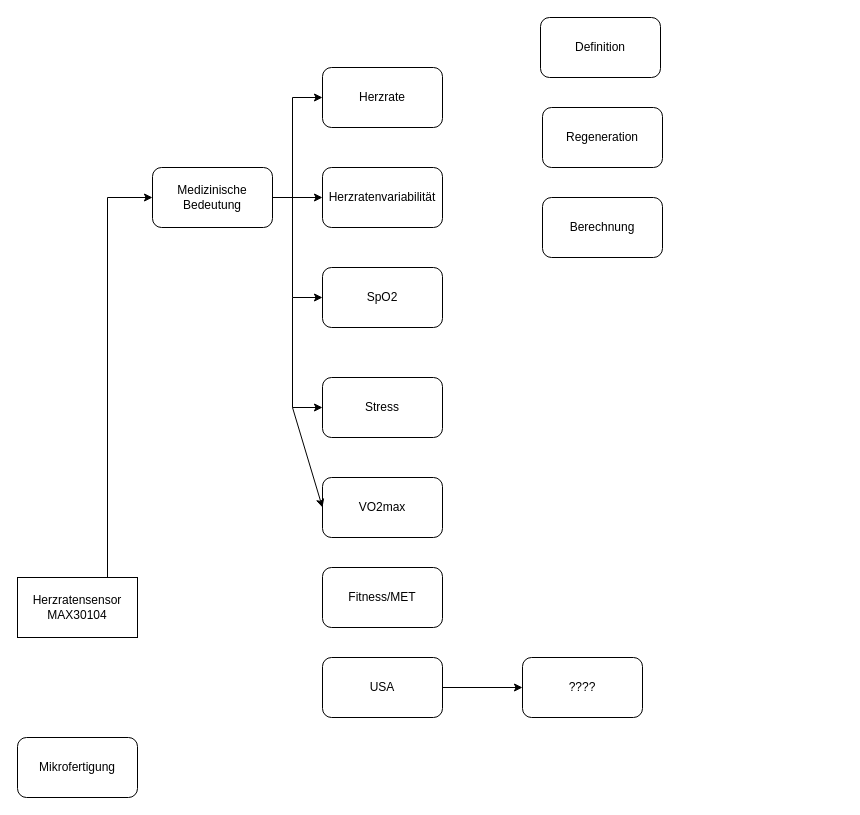
Above: MNST.drawio in Lostqw1/Funfun (draw.io), before the change. Source tidied: cells renumbered, new cells numbered last; positions are measured from the earlier drawing's top-left corner, leaving out a move shared by most shapes. Both pictures are drawn from the tidied source at 100%, with x=0, y=0 at pixel (17, 17).
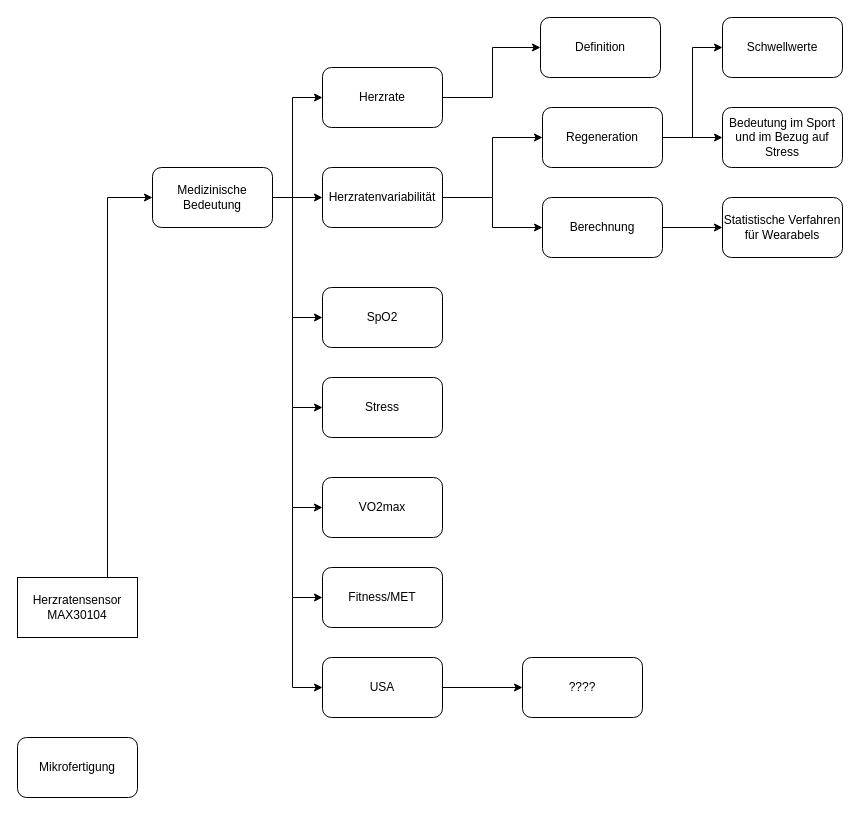
Above is the later version.

The change refers to these unchanged cells:
```xml
<mxCell id="7" value="Herzratenvariabilität" style="rounded=1;whiteSpace=wrap;html=1;" parent="1" vertex="1">
  <mxGeometry x="305" y="150" width="120" height="60" as="geometry" />
</mxCell>
<mxCell id="10" value="VO2max" style="rounded=1;whiteSpace=wrap;html=1;" parent="1" vertex="1">
  <mxGeometry x="305" y="460" width="120" height="60" as="geometry" />
</mxCell>
<mxCell id="11" value="Fitness/MET" style="rounded=1;whiteSpace=wrap;html=1;" parent="1" vertex="1">
  <mxGeometry x="305" y="550" width="120" height="60" as="geometry" />
</mxCell>
<mxCell id="12" value="USA" style="rounded=1;whiteSpace=wrap;html=1;" parent="1" vertex="1">
  <mxGeometry x="305" y="640" width="120" height="60" as="geometry" />
</mxCell>
<mxCell id="13" value="Regeneration" style="rounded=1;whiteSpace=wrap;html=1;" parent="1" vertex="1">
  <mxGeometry x="525" y="90" width="120" height="60" as="geometry" />
</mxCell>
<mxCell id="14" value="Berechnung" style="rounded=1;whiteSpace=wrap;html=1;" parent="1" vertex="1">
  <mxGeometry x="525" y="180" width="120" height="60" as="geometry" />
</mxCell>
<mxCell id="15" value="Definition" style="rounded=1;whiteSpace=wrap;html=1;" parent="1" vertex="1">
  <mxGeometry x="523" width="120" height="60" as="geometry" />
</mxCell>
```

The edit, as a diff of the source:
```diff
@@
     <mxCell id="8" value="SpO2" style="rounded=1;whiteSpace=wrap;html=1;" parent="1" vertex="1">
-      <mxGeometry x="305" y="250" width="120" height="60" as="geometry" />
+      <mxGeometry x="305" y="270" width="120" height="60" as="geometry" />
     </mxCell>
@@
     <mxCell id="18" style="endArrow=classic;html=1;rounded=0;entryX=0;entryY=0.5;entryDx=0;entryDy=0;" parent="1" edge="1" target="8">
       <mxGeometry relative="1" as="geometry">
         <mxPoint x="275" y="180" as="sourcePoint" />
         <Array as="points">
-          <mxPoint x="275" y="280" />
+          <mxPoint x="275" y="300" />
         </Array>
       </mxGeometry>
     </mxCell>
@@
     <mxCell id="22" style="endArrow=classic;html=1;rounded=0;entryX=0;entryY=0.5;entryDx=0;entryDy=0;" parent="1" edge="1" target="10">
       <mxGeometry relative="1" as="geometry">
         <mxPoint x="275" y="390" as="sourcePoint" />
+        <Array as="points">
+          <mxPoint x="275" y="490" />
+        </Array>
       </mxGeometry>
     </mxCell>
+    <mxCell id="23" style="endArrow=classic;html=1;rounded=0;entryX=0;entryY=0.5;entryDx=0;entryDy=0;" parent="1" edge="1" target="11">
+      <mxGeometry relative="1" as="geometry">
+        <mxPoint x="275" y="490" as="sourcePoint" />
+        <Array as="points">
+          <mxPoint x="275" y="580" />
+        </Array>
+      </mxGeometry>
+    </mxCell>
+    <mxCell id="24" style="endArrow=classic;html=1;rounded=0;entryX=0;entryY=0.5;entryDx=0;entryDy=0;" parent="1" edge="1" target="12">
+      <mxGeometry relative="1" as="geometry">
+        <mxPoint x="275" y="580" as="sourcePoint" />
+        <Array as="points">
+          <mxPoint x="275" y="670" />
+        </Array>
+      </mxGeometry>
+    </mxCell>
+    <mxCell id="25" style="endArrow=classic;html=1;rounded=0;entryX=0;entryY=0.5;entryDx=0;entryDy=0;" parent="1" edge="1" target="15">
+      <mxGeometry relative="1" as="geometry">
+        <mxPoint x="425" y="80" as="sourcePoint" />
+        <Array as="points">
+          <mxPoint x="475" y="80" />
+          <mxPoint x="475" y="30" />
+        </Array>
+      </mxGeometry>
+    </mxCell>
+    <mxCell id="26" value="Statistische Verfahren für Wearabels" style="rounded=1;whiteSpace=wrap;html=1;" parent="1" vertex="1">
+      <mxGeometry x="705" y="180" width="120" height="60" as="geometry" />
+    </mxCell>
+    <mxCell id="27" style="endArrow=classic;html=1;rounded=0;exitX=1;exitY=0.5;exitDx=0;exitDy=0;entryX=0;entryY=0.5;entryDx=0;entryDy=0;" parent="1" edge="1" source="7" target="13">
+      <mxGeometry relative="1" as="geometry">
+        <Array as="points">
+          <mxPoint x="475" y="180" />
+          <mxPoint x="475" y="120" />
+        </Array>
+      </mxGeometry>
+    </mxCell>
+    <mxCell id="28" style="endArrow=classic;html=1;rounded=0;entryX=0;entryY=0.5;entryDx=0;entryDy=0;" parent="1" edge="1" target="14">
+      <mxGeometry relative="1" as="geometry">
+        <mxPoint x="475" y="180" as="sourcePoint" />
+        <Array as="points">
+          <mxPoint x="475" y="210" />
+        </Array>
+      </mxGeometry>
+    </mxCell>
+    <mxCell id="29" style="endArrow=classic;html=1;rounded=0;exitX=1;exitY=0.5;exitDx=0;exitDy=0;" parent="1" edge="1" source="14">
+      <mxGeometry relative="1" as="geometry">
+        <mxPoint x="705" y="210" as="targetPoint" />
+      </mxGeometry>
+    </mxCell>
+    <mxCell id="30" value="Schwellwerte" style="rounded=1;whiteSpace=wrap;html=1;" parent="1" vertex="1">
+      <mxGeometry x="705" width="120" height="60" as="geometry" />
+    </mxCell>
+    <mxCell id="31" value="Bedeutung im Sport und im Bezug auf Stress" style="rounded=1;whiteSpace=wrap;html=1;" parent="1" vertex="1">
+      <mxGeometry x="705" y="90" width="120" height="60" as="geometry" />
+    </mxCell>
+    <mxCell id="32" style="endArrow=classic;html=1;rounded=0;exitX=1;exitY=0.5;exitDx=0;exitDy=0;entryX=0;entryY=0.5;entryDx=0;entryDy=0;" parent="1" edge="1" source="13" target="30">
+      <mxGeometry relative="1" as="geometry">
+        <Array as="points">
+          <mxPoint x="675" y="120" />
+          <mxPoint x="675" y="30" />
+        </Array>
+      </mxGeometry>
+    </mxCell>
+    <mxCell id="33" style="endArrow=classic;html=1;rounded=0;exitX=1;exitY=0.5;exitDx=0;exitDy=0;entryX=0;entryY=0.5;entryDx=0;entryDy=0;" parent="1" edge="1" source="13" target="31">
+      <mxGeometry relative="1" as="geometry" />
+    </mxCell>
```
